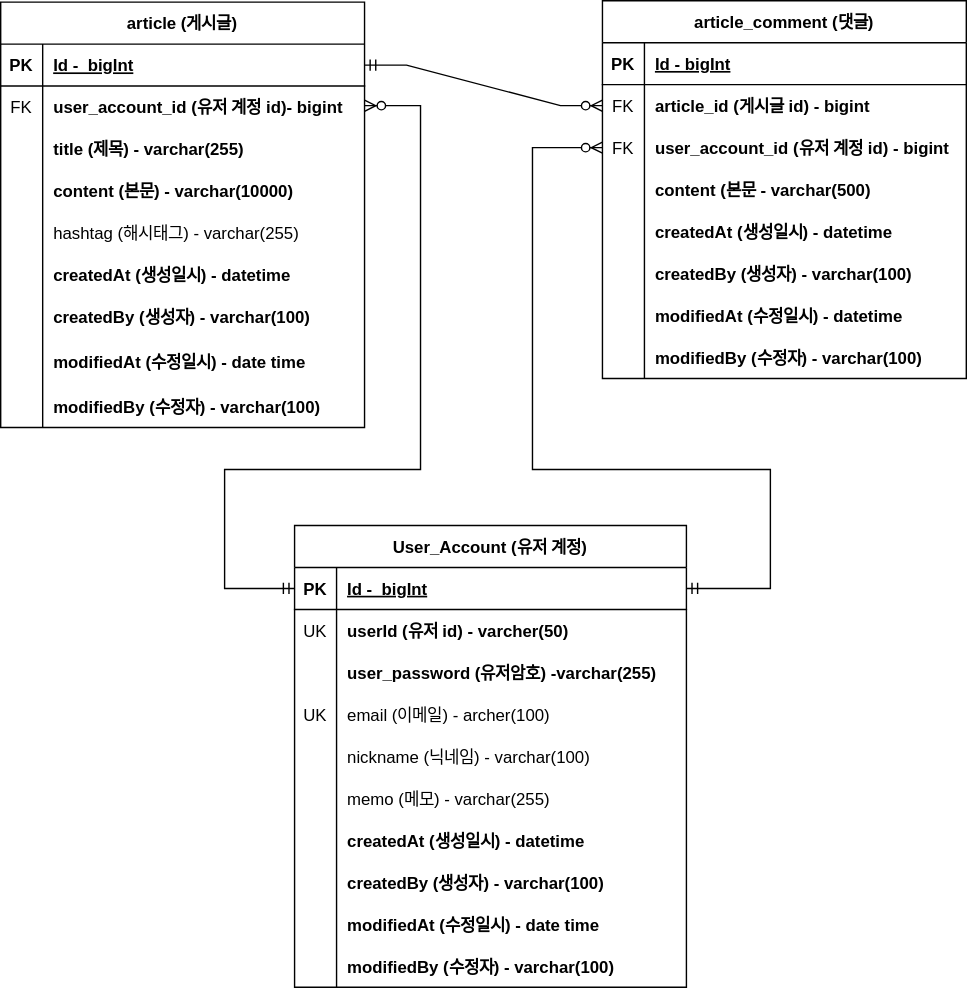
Kminss/SpringBoot-Board keeps this draw.io diagram as project-board/document/prject-board-erd.svg. Above is the earlier version. Source tidied: cells renumbered, new cells last; positions are measured from the earlier drawing's top-left corner, leaving out a move shared by most shapes.
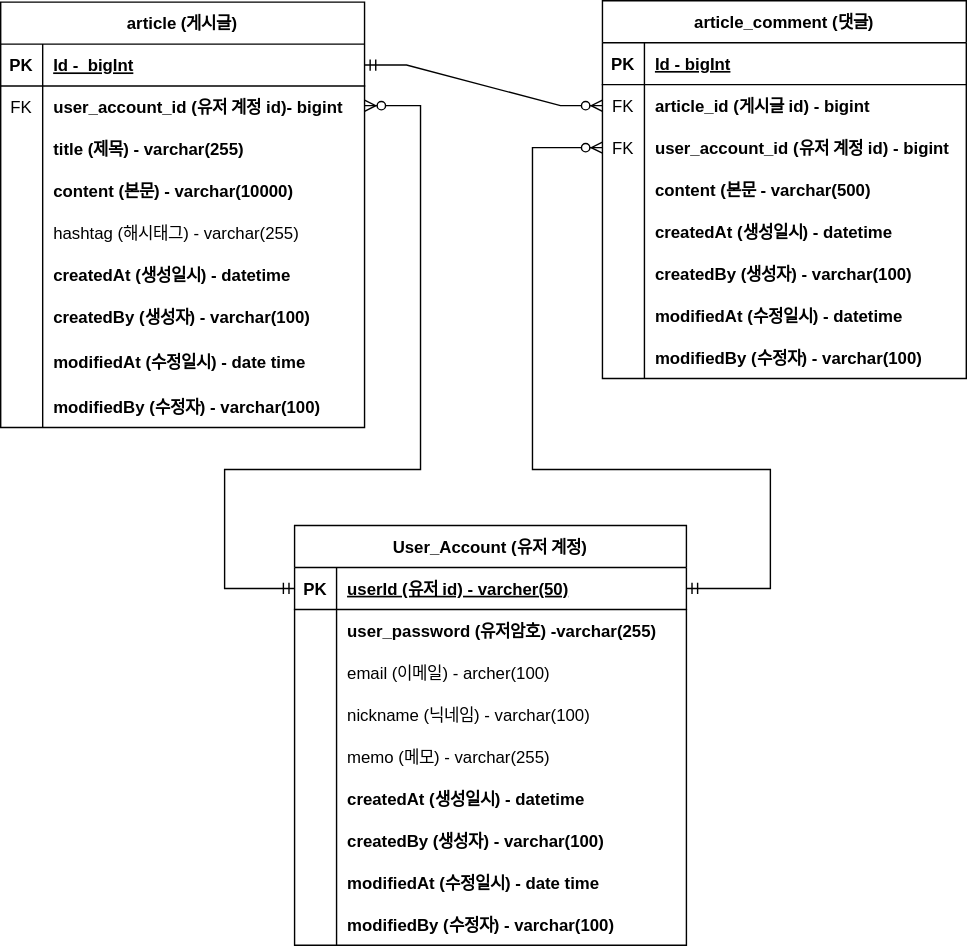
After the change.

What changed in the source:
```diff
@@ -165,7 +165,7 @@
       <mxGeometry relative="1" as="geometry" />
     </mxCell>
     <mxCell id="56" value="User_Account (유저 계정)" style="shape=table;startSize=30;rowLines=0;fontStyle=1;align=center;" parent="1" vertex="1">
-      <mxGeometry x="210" y="375" width="280" height="330" as="geometry" />
+      <mxGeometry x="210" y="375" width="280" height="300" as="geometry" />
     </mxCell>
     <mxCell id="57" style="shape=tableRow;horizontal=0;startSize=0;swimlaneHead=0;swimlaneBody=0;fillColor=none;points=[[0,0.5],[1,0.5]];portConstraint=eastwest;top=0;left=0;right=0;bottom=1;" parent="56" vertex="1">
       <mxGeometry y="30" width="280" height="30" as="geometry" />
@@ -173,20 +173,11 @@
     <mxCell id="58" value="PK" style="shape=partialRectangle;fillColor=none;top=0;left=0;bottom=0;right=0;fontStyle=1;overflow=hidden;" parent="57" vertex="1">
       <mxGeometry width="30" height="30" as="geometry" />
     </mxCell>
-    <mxCell id="59" value="Id -  bigInt" style="shape=partialRectangle;fillColor=none;top=0;left=0;bottom=0;right=0;align=left;spacingLeft=6;fontStyle=5;overflow=hidden;" parent="57" vertex="1">
+    <mxCell id="59" value="userId (유저 id) - varcher(50)" style="shape=partialRectangle;fillColor=none;top=0;left=0;bottom=0;right=0;align=left;spacingLeft=6;fontStyle=5;overflow=hidden;" parent="57" vertex="1">
       <mxGeometry x="30" width="250" height="30" as="geometry" />
     </mxCell>
-    <mxCell id="60" style="shape=tableRow;horizontal=0;startSize=0;swimlaneHead=0;swimlaneBody=0;fillColor=none;top=0;left=0;right=0;bottom=0;" parent="56" vertex="1">
-      <mxGeometry y="60" width="280" height="30" as="geometry" />
-    </mxCell>
-    <mxCell id="61" value="UK" style="shape=partialRectangle;fillColor=none;top=0;left=0;bottom=0;right=0;overflow=hidden;" parent="60" vertex="1">
-      <mxGeometry width="30" height="30" as="geometry" />
-    </mxCell>
-    <mxCell id="62" value="userId (유저 id) - varcher(50)" style="shape=partialRectangle;fillColor=none;top=0;left=0;bottom=0;right=0;align=left;spacingLeft=6;overflow=hidden;fontStyle=1;" parent="60" vertex="1">
-      <mxGeometry x="30" width="250" height="30" as="geometry" />
-    </mxCell>
     <mxCell id="63" style="shape=tableRow;horizontal=0;startSize=0;swimlaneHead=0;swimlaneBody=0;fillColor=none;top=0;left=0;right=0;bottom=0;" parent="56" vertex="1">
-      <mxGeometry y="90" width="280" height="30" as="geometry" />
+      <mxGeometry y="60" width="280" height="30" as="geometry" />
     </mxCell>
     <mxCell id="64" style="shape=partialRectangle;fillColor=none;top=0;left=0;bottom=0;right=0;overflow=hidden;" parent="63" vertex="1">
       <mxGeometry width="30" height="30" as="geometry" />
@@ -195,16 +186,16 @@
       <mxGeometry x="30" width="250" height="30" as="geometry" />
     </mxCell>
     <mxCell id="66" style="shape=tableRow;horizontal=0;startSize=0;swimlaneHead=0;swimlaneBody=0;fillColor=none;top=0;left=0;right=0;bottom=0;" parent="56" vertex="1">
-      <mxGeometry y="120" width="280" height="30" as="geometry" />
+      <mxGeometry y="90" width="280" height="30" as="geometry" />
     </mxCell>
-    <mxCell id="67" value="UK" style="shape=partialRectangle;fillColor=none;top=0;left=0;bottom=0;right=0;overflow=hidden;" parent="66" vertex="1">
+    <mxCell id="67" style="shape=partialRectangle;fillColor=none;top=0;left=0;bottom=0;right=0;overflow=hidden;" parent="66" vertex="1">
       <mxGeometry width="30" height="30" as="geometry" />
     </mxCell>
     <mxCell id="68" value="email (이메일) - archer(100)" style="shape=partialRectangle;fillColor=none;top=0;left=0;bottom=0;right=0;align=left;spacingLeft=6;overflow=hidden;" parent="66" vertex="1">
       <mxGeometry x="30" width="250" height="30" as="geometry" />
     </mxCell>
     <mxCell id="69" style="shape=tableRow;horizontal=0;startSize=0;swimlaneHead=0;swimlaneBody=0;fillColor=none;top=0;left=0;right=0;bottom=0;" parent="56" vertex="1">
-      <mxGeometry y="150" width="280" height="30" as="geometry" />
+      <mxGeometry y="120" width="280" height="30" as="geometry" />
     </mxCell>
     <mxCell id="70" style="shape=partialRectangle;fillColor=none;top=0;left=0;bottom=0;right=0;overflow=hidden;" parent="69" vertex="1">
       <mxGeometry width="30" height="30" as="geometry" />
@@ -213,7 +204,7 @@
       <mxGeometry x="30" width="250" height="30" as="geometry" />
     </mxCell>
     <mxCell id="72" style="shape=tableRow;horizontal=0;startSize=0;swimlaneHead=0;swimlaneBody=0;fillColor=none;top=0;left=0;right=0;bottom=0;" parent="56" vertex="1">
-      <mxGeometry y="180" width="280" height="30" as="geometry" />
+      <mxGeometry y="150" width="280" height="30" as="geometry" />
     </mxCell>
     <mxCell id="73" style="shape=partialRectangle;fillColor=none;top=0;left=0;bottom=0;right=0;overflow=hidden;" parent="72" vertex="1">
       <mxGeometry width="30" height="30" as="geometry" />
@@ -222,7 +213,7 @@
       <mxGeometry x="30" width="250" height="30" as="geometry" />
     </mxCell>
     <mxCell id="75" style="shape=tableRow;horizontal=0;startSize=0;swimlaneHead=0;swimlaneBody=0;fillColor=none;top=0;left=0;right=0;bottom=0;" parent="56" vertex="1">
-      <mxGeometry y="210" width="280" height="30" as="geometry" />
+      <mxGeometry y="180" width="280" height="30" as="geometry" />
     </mxCell>
     <mxCell id="76" style="shape=partialRectangle;fillColor=none;top=0;left=0;bottom=0;right=0;overflow=hidden;" parent="75" vertex="1">
       <mxGeometry width="30" height="30" as="geometry" />
@@ -231,7 +222,7 @@
       <mxGeometry x="30" width="250" height="30" as="geometry" />
     </mxCell>
     <mxCell id="78" style="shape=tableRow;horizontal=0;startSize=0;swimlaneHead=0;swimlaneBody=0;fillColor=none;top=0;left=0;right=0;bottom=0;" parent="56" vertex="1">
-      <mxGeometry y="240" width="280" height="30" as="geometry" />
+      <mxGeometry y="210" width="280" height="30" as="geometry" />
     </mxCell>
     <mxCell id="79" style="shape=partialRectangle;fillColor=none;top=0;left=0;bottom=0;right=0;overflow=hidden;" parent="78" vertex="1">
       <mxGeometry width="30" height="30" as="geometry" />
@@ -240,7 +231,7 @@
       <mxGeometry x="30" width="250" height="30" as="geometry" />
     </mxCell>
     <mxCell id="81" style="shape=tableRow;horizontal=0;startSize=0;swimlaneHead=0;swimlaneBody=0;fillColor=none;top=0;left=0;right=0;bottom=0;" parent="56" vertex="1">
-      <mxGeometry y="270" width="280" height="30" as="geometry" />
+      <mxGeometry y="240" width="280" height="30" as="geometry" />
     </mxCell>
     <mxCell id="82" style="shape=partialRectangle;fillColor=none;top=0;left=0;bottom=0;right=0;overflow=hidden;" parent="81" vertex="1">
       <mxGeometry width="30" height="30" as="geometry" />
@@ -249,7 +240,7 @@
       <mxGeometry x="30" width="250" height="30" as="geometry" />
     </mxCell>
     <mxCell id="84" style="shape=tableRow;horizontal=0;startSize=0;swimlaneHead=0;swimlaneBody=0;fillColor=none;top=0;left=0;right=0;bottom=0;" parent="56" vertex="1">
-      <mxGeometry y="300" width="280" height="30" as="geometry" />
+      <mxGeometry y="270" width="280" height="30" as="geometry" />
     </mxCell>
     <mxCell id="85" style="shape=partialRectangle;fillColor=none;top=0;left=0;bottom=0;right=0;overflow=hidden;" parent="84" vertex="1">
       <mxGeometry width="30" height="30" as="geometry" />
```
